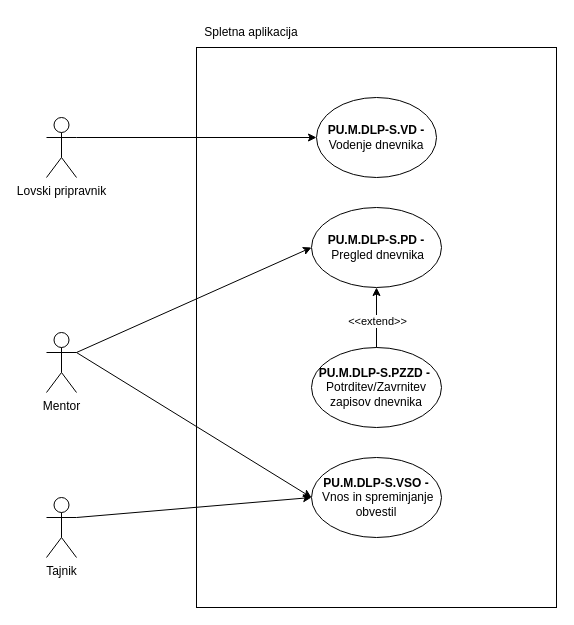
The draw.io diagram Delo z lovskimi pripravniki-Spletna aplikacija.drawio in ErnestISv/Lovstvo, before the edit. Source tidied: cells renumbered, new cells numbered last; positions are measured from the earlier drawing's top-left corner, leaving out a move shared by most shapes. Both pictures are drawn from the tidied source at 100%, with x=0, y=0 at pixel (46, 17).
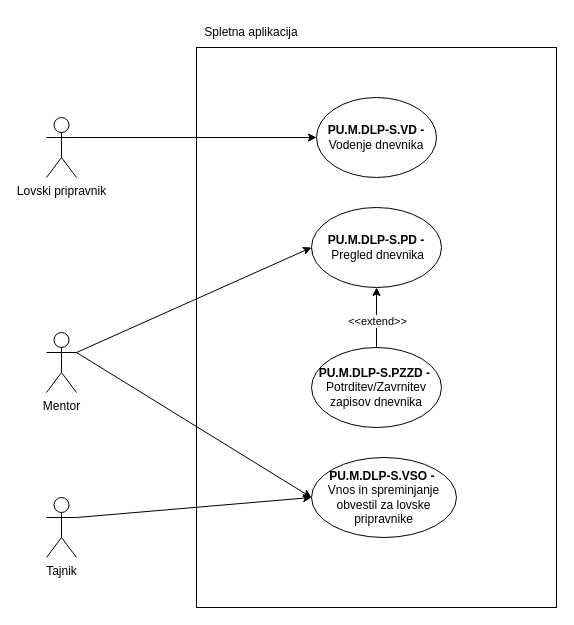
Above is the later version.

The edit, as a diff of the source:
```diff
@@
 <mxGraphModel>
   <root>
     <mxCell id="0" />
     <mxCell id="1" parent="0" />
     <mxCell id="2" style="rounded=0;whiteSpace=wrap;html=1;" parent="1" vertex="1">
       <mxGeometry x="150" y="30" width="360" height="560" as="geometry" />
     </mxCell>
     <mxCell id="3" value="Spletna aplikacija" style="text;html=1;align=center;verticalAlign=middle;whiteSpace=wrap;rounded=0;" parent="1" vertex="1">
       <mxGeometry x="150" width="110" height="30" as="geometry" />
     </mxCell>
     <mxCell id="4" value="&lt;b&gt;PU.M.DLP-S.VD -&lt;/b&gt; Vodenje dnevnika" style="ellipse;whiteSpace=wrap;html=1;" parent="1" vertex="1">
       <mxGeometry x="270" y="80" width="120" height="80" as="geometry" />
     </mxCell>
     <mxCell id="5" value="&lt;b&gt;PU.M.DLP-S.PZZD -&amp;nbsp;&lt;/b&gt;&lt;div&gt;Potrditev/Zavrnitev zapisov dnevnika&lt;/div&gt;" style="ellipse;whiteSpace=wrap;html=1;" parent="1" vertex="1">
       <mxGeometry x="265" y="330" width="130" height="80" as="geometry" />
     </mxCell>
-    <mxCell id="6" value="&lt;b&gt;PU.M.DLP-S.VSO -&lt;/b&gt;&amp;nbsp;Vnos in spreminjanje obvestil" style="ellipse;whiteSpace=wrap;html=1;" parent="1" vertex="1">
-      <mxGeometry x="265" y="440" width="130" height="80" as="geometry" />
+    <mxCell id="6" value="&lt;b&gt;PU.M.DLP-S.VSO -&lt;/b&gt;&amp;nbsp;&lt;div&gt;Vnos in spreminjanje obvestil za lovske pripravnike&lt;/div&gt;" style="ellipse;whiteSpace=wrap;html=1;" parent="1" vertex="1">
+      <mxGeometry x="265" y="440" width="145" height="80" as="geometry" />
     </mxCell>
     <mxCell id="7" value="Lovski pripravnik" style="shape=umlActor;verticalLabelPosition=bottom;verticalAlign=top;html=1;outlineConnect=0;" parent="1" vertex="1">
       <mxGeometry y="100" width="30" height="60" as="geometry" />
     </mxCell>
     <mxCell id="8" value="Mentor" style="shape=umlActor;verticalLabelPosition=bottom;verticalAlign=top;html=1;outlineConnect=0;" parent="1" vertex="1">
       <mxGeometry y="315" width="30" height="60" as="geometry" />
     </mxCell>
     <mxCell id="9" style="endArrow=classic;html=1;rounded=0;exitX=1;exitY=0.3333333333333333;exitDx=0;exitDy=0;exitPerimeter=0;entryX=0;entryY=0.5;entryDx=0;entryDy=0;" parent="1" edge="1" source="7" target="4">
       <mxGeometry relative="1" as="geometry" />
     </mxCell>
     <mxCell id="10" style="endArrow=classic;html=1;rounded=0;exitX=1;exitY=0.3333333333333333;exitDx=0;exitDy=0;exitPerimeter=0;entryX=0;entryY=0.5;entryDx=0;entryDy=0;" parent="1" edge="1" source="8" target="6">
       <mxGeometry relative="1" as="geometry" />
     </mxCell>
     <mxCell id="11" value="&lt;b&gt;PU.M.DLP-S.PD -&lt;/b&gt;&amp;nbsp;Pregled dnevnika" style="ellipse;whiteSpace=wrap;html=1;" parent="1" vertex="1">
       <mxGeometry x="265" y="190" width="130" height="80" as="geometry" />
     </mxCell>
     <mxCell id="12" style="endArrow=classic;html=1;rounded=0;exitX=1;exitY=0.3333333333333333;exitDx=0;exitDy=0;exitPerimeter=0;entryX=0;entryY=0.5;entryDx=0;entryDy=0;" parent="1" edge="1" source="8" target="11">
       <mxGeometry relative="1" as="geometry" />
     </mxCell>
     <mxCell id="13" style="endArrow=classic;html=1;rounded=0;entryX=0.5;entryY=1;entryDx=0;entryDy=0;exitX=0.5;exitY=0;exitDx=0;exitDy=0;" parent="1" edge="1" source="5" target="11">
       <mxGeometry relative="1" as="geometry" />
     </mxCell>
     <mxCell id="14" value="&amp;lt;&amp;lt;extend&amp;gt;&amp;gt;" style="edgeLabel;html=1;align=center;verticalAlign=middle;" parent="13" vertex="1">
       <mxGeometry x="-0.11" relative="1" as="geometry" />
     </mxCell>
     <mxCell id="15" value="Tajnik" style="shape=umlActor;verticalLabelPosition=bottom;verticalAlign=top;html=1;outlineConnect=0;" parent="1" vertex="1">
       <mxGeometry y="480" width="30" height="60" as="geometry" />
     </mxCell>
     <mxCell id="16" style="endArrow=classic;html=1;rounded=0;exitX=1;exitY=0.3333333333333333;exitDx=0;exitDy=0;exitPerimeter=0;entryX=0;entryY=0.5;entryDx=0;entryDy=0;" parent="1" edge="1" source="15" target="6">
       <mxGeometry relative="1" as="geometry" />
     </mxCell>
   </root>
 </mxGraphModel>
```
